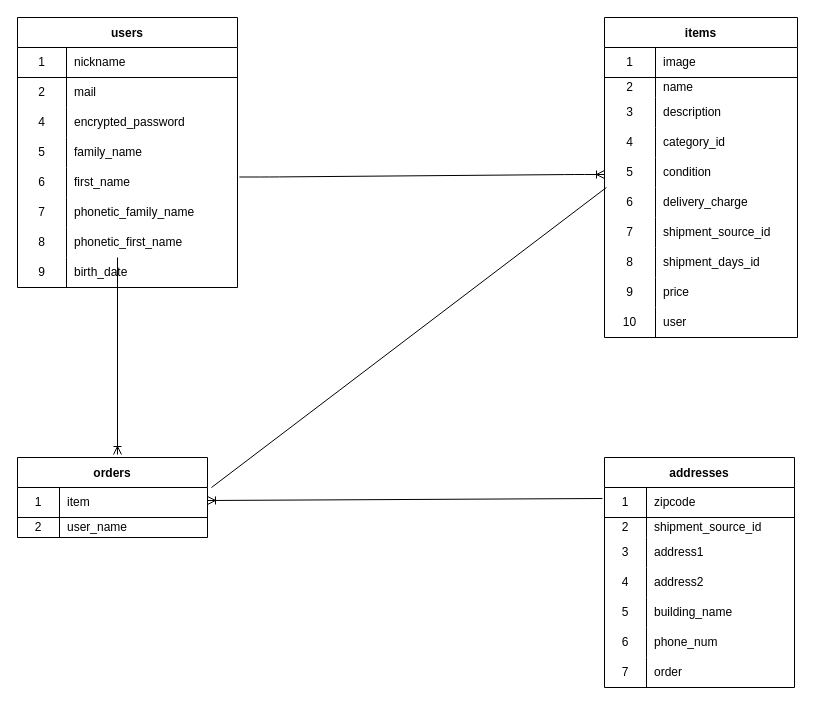
Before: er.dio in thr3eisl4nd/furima-37293, a draw.io diagram. Source tidied: cells renumbered, new cells numbered last; positions are measured from the earlier drawing's top-left corner, leaving out a move shared by most shapes. Both pictures are drawn from the tidied source at 100%, with x=0, y=0 at pixel (17, 17).
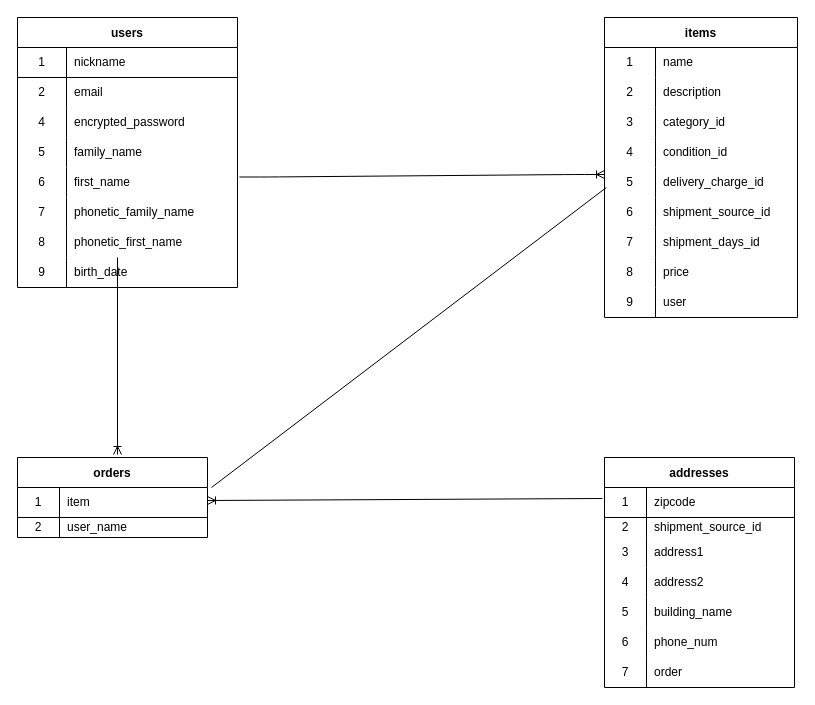
The same diagram, later.

The change refers to these unchanged cells:
```xml
<mxCell id="6" style="shape=partialRectangle;html=1;whiteSpace=wrap;fillColor=none;top=0;left=0;bottom=0;right=0;" parent="2" vertex="1">
  <mxGeometry y="60" width="220" height="30" as="geometry" />
</mxCell>
```

The edit, as a diff of the source:
```diff
@@
-    <mxCell id="8" value="mail" style="shape=partialRectangle;html=1;whiteSpace=wrap;fillColor=none;top=0;left=0;bottom=0;right=0;align=left;spacingLeft=6;overflow=hidden;" parent="6" vertex="1">
+    <mxCell id="8" value="email" style="shape=partialRectangle;html=1;whiteSpace=wrap;fillColor=none;top=0;left=0;bottom=0;right=0;align=left;spacingLeft=6;overflow=hidden;" parent="6" vertex="1">
       <mxGeometry x="49" width="171" height="30" as="geometry" />
     </mxCell>
@@
     <mxCell id="27" value="items" style="shape=table;startSize=30;childLayout=tableLayout;rowLines=0;fontStyle=1;align=center;" parent="1" vertex="1">
-      <mxGeometry x="587" width="193" height="320" as="geometry" />
+      <mxGeometry x="587" width="193" height="300" as="geometry" />
     </mxCell>
-    <mxCell id="28" style="shape=partialRectangle;html=1;whiteSpace=wrap;fillColor=none;top=0;left=0;bottom=1;right=0;" parent="27" vertex="1">
-      <mxGeometry y="30" width="193" height="30" as="geometry" />
-    </mxCell>
-    <mxCell id="29" value="1" style="shape=partialRectangle;html=1;whiteSpace=wrap;fillColor=none;top=0;left=0;bottom=0;right=0;overflow=hidden;" parent="28" vertex="1">
-      <mxGeometry width="51" height="30" as="geometry" />
-    </mxCell>
-    <mxCell id="30" value="image" style="shape=partialRectangle;html=1;whiteSpace=wrap;fillColor=none;top=0;left=0;bottom=0;right=0;align=left;spacingLeft=6;overflow=hidden;" parent="28" vertex="1">
-      <mxGeometry x="51" width="142" height="30" as="geometry" />
-    </mxCell>
     <mxCell id="31" style="shape=partialRectangle;html=1;whiteSpace=wrap;fillColor=none;top=0;left=0;bottom=0;right=0;" parent="27" vertex="1">
-      <mxGeometry y="60" width="193" height="20" as="geometry" />
+      <mxGeometry y="30" width="193" height="30" as="geometry" />
     </mxCell>
-    <mxCell id="32" value="2" style="shape=partialRectangle;html=1;whiteSpace=wrap;fillColor=none;top=0;left=0;bottom=0;right=0;overflow=hidden;" parent="31" vertex="1">
-      <mxGeometry width="51" height="20" as="geometry" />
+    <mxCell id="32" value="1" style="shape=partialRectangle;html=1;whiteSpace=wrap;fillColor=none;top=0;left=0;bottom=0;right=0;overflow=hidden;" parent="31" vertex="1">
+      <mxGeometry width="51" height="30" as="geometry" />
     </mxCell>
     <mxCell id="33" value="name" style="shape=partialRectangle;html=1;whiteSpace=wrap;fillColor=none;top=0;left=0;bottom=0;right=0;align=left;spacingLeft=6;overflow=hidden;" parent="31" vertex="1">
-      <mxGeometry x="51" width="142" height="20" as="geometry" />
+      <mxGeometry x="51" width="142" height="30" as="geometry" />
     </mxCell>
     <mxCell id="34" style="shape=partialRectangle;html=1;whiteSpace=wrap;fillColor=none;top=0;left=0;bottom=0;right=0;" parent="27" vertex="1">
-      <mxGeometry y="80" width="193" height="30" as="geometry" />
+      <mxGeometry y="60" width="193" height="30" as="geometry" />
     </mxCell>
-    <mxCell id="35" value="3" style="shape=partialRectangle;html=1;whiteSpace=wrap;fillColor=none;top=0;left=0;bottom=0;right=0;overflow=hidden;" parent="34" vertex="1">
+    <mxCell id="35" value="2" style="shape=partialRectangle;html=1;whiteSpace=wrap;fillColor=none;top=0;left=0;bottom=0;right=0;overflow=hidden;" parent="34" vertex="1">
       <mxGeometry width="51" height="30" as="geometry" />
     </mxCell>
@@
     <mxCell id="37" style="shape=partialRectangle;html=1;whiteSpace=wrap;fillColor=none;top=0;left=0;bottom=0;right=0;" parent="27" vertex="1">
-      <mxGeometry y="110" width="193" height="30" as="geometry" />
+      <mxGeometry y="90" width="193" height="30" as="geometry" />
     </mxCell>
-    <mxCell id="38" value="4" style="shape=partialRectangle;html=1;whiteSpace=wrap;fillColor=none;top=0;left=0;bottom=0;right=0;overflow=hidden;" parent="37" vertex="1">
+    <mxCell id="38" value="3" style="shape=partialRectangle;html=1;whiteSpace=wrap;fillColor=none;top=0;left=0;bottom=0;right=0;overflow=hidden;" parent="37" vertex="1">
       <mxGeometry width="51" height="30" as="geometry" />
     </mxCell>
@@
     <mxCell id="40" style="shape=partialRectangle;html=1;whiteSpace=wrap;fillColor=none;top=0;left=0;bottom=0;right=0;" parent="27" vertex="1">
-      <mxGeometry y="140" width="193" height="30" as="geometry" />
+      <mxGeometry y="120" width="193" height="30" as="geometry" />
     </mxCell>
-    <mxCell id="41" value="5" style="shape=partialRectangle;html=1;whiteSpace=wrap;fillColor=none;top=0;left=0;bottom=0;right=0;overflow=hidden;" parent="40" vertex="1">
+    <mxCell id="41" value="4" style="shape=partialRectangle;html=1;whiteSpace=wrap;fillColor=none;top=0;left=0;bottom=0;right=0;overflow=hidden;" parent="40" vertex="1">
       <mxGeometry width="51" height="30" as="geometry" />
     </mxCell>
-    <mxCell id="42" value="condition" style="shape=partialRectangle;html=1;whiteSpace=wrap;fillColor=none;top=0;left=0;bottom=0;right=0;align=left;spacingLeft=6;overflow=hidden;" parent="40" vertex="1">
+    <mxCell id="42" value="condition_id" style="shape=partialRectangle;html=1;whiteSpace=wrap;fillColor=none;top=0;left=0;bottom=0;right=0;align=left;spacingLeft=6;overflow=hidden;" parent="40" vertex="1">
       <mxGeometry x="51" width="142" height="30" as="geometry" />
     </mxCell>
     <mxCell id="43" style="shape=partialRectangle;html=1;whiteSpace=wrap;fillColor=none;top=0;left=0;bottom=0;right=0;" parent="27" vertex="1">
-      <mxGeometry y="170" width="193" height="30" as="geometry" />
+      <mxGeometry y="150" width="193" height="30" as="geometry" />
     </mxCell>
-    <mxCell id="44" value="6" style="shape=partialRectangle;html=1;whiteSpace=wrap;fillColor=none;top=0;left=0;bottom=0;right=0;overflow=hidden;" parent="43" vertex="1">
+    <mxCell id="44" value="5" style="shape=partialRectangle;html=1;whiteSpace=wrap;fillColor=none;top=0;left=0;bottom=0;right=0;overflow=hidden;" parent="43" vertex="1">
       <mxGeometry width="51" height="30" as="geometry" />
     </mxCell>
-    <mxCell id="45" value="delivery_charge" style="shape=partialRectangle;html=1;whiteSpace=wrap;fillColor=none;top=0;left=0;bottom=0;right=0;align=left;spacingLeft=6;overflow=hidden;" parent="43" vertex="1">
+    <mxCell id="45" value="delivery_charge_id" style="shape=partialRectangle;html=1;whiteSpace=wrap;fillColor=none;top=0;left=0;bottom=0;right=0;align=left;spacingLeft=6;overflow=hidden;" parent="43" vertex="1">
       <mxGeometry x="51" width="142" height="30" as="geometry" />
     </mxCell>
     <mxCell id="46" style="shape=partialRectangle;html=1;whiteSpace=wrap;fillColor=none;top=0;left=0;bottom=0;right=0;" parent="27" vertex="1">
-      <mxGeometry y="200" width="193" height="30" as="geometry" />
+      <mxGeometry y="180" width="193" height="30" as="geometry" />
     </mxCell>
-    <mxCell id="47" value="7" style="shape=partialRectangle;html=1;whiteSpace=wrap;fillColor=none;top=0;left=0;bottom=0;right=0;overflow=hidden;" parent="46" vertex="1">
+    <mxCell id="47" value="6" style="shape=partialRectangle;html=1;whiteSpace=wrap;fillColor=none;top=0;left=0;bottom=0;right=0;overflow=hidden;" parent="46" vertex="1">
       <mxGeometry width="51" height="30" as="geometry" />
     </mxCell>
@@
     <mxCell id="49" style="shape=partialRectangle;html=1;whiteSpace=wrap;fillColor=none;top=0;left=0;bottom=0;right=0;" parent="27" vertex="1">
-      <mxGeometry y="230" width="193" height="30" as="geometry" />
+      <mxGeometry y="210" width="193" height="30" as="geometry" />
     </mxCell>
-    <mxCell id="50" value="8" style="shape=partialRectangle;html=1;whiteSpace=wrap;fillColor=none;top=0;left=0;bottom=0;right=0;overflow=hidden;" parent="49" vertex="1">
+    <mxCell id="50" value="7" style="shape=partialRectangle;html=1;whiteSpace=wrap;fillColor=none;top=0;left=0;bottom=0;right=0;overflow=hidden;" parent="49" vertex="1">
       <mxGeometry width="51" height="30" as="geometry" />
     </mxCell>
@@
     <mxCell id="52" style="shape=partialRectangle;html=1;whiteSpace=wrap;fillColor=none;top=0;left=0;bottom=0;right=0;" parent="27" vertex="1">
-      <mxGeometry y="260" width="193" height="30" as="geometry" />
+      <mxGeometry y="240" width="193" height="30" as="geometry" />
     </mxCell>
-    <mxCell id="53" value="9" style="shape=partialRectangle;html=1;whiteSpace=wrap;fillColor=none;top=0;left=0;bottom=0;right=0;overflow=hidden;" parent="52" vertex="1">
+    <mxCell id="53" value="8" style="shape=partialRectangle;html=1;whiteSpace=wrap;fillColor=none;top=0;left=0;bottom=0;right=0;overflow=hidden;" parent="52" vertex="1">
       <mxGeometry width="51" height="30" as="geometry" />
     </mxCell>
@@
     <mxCell id="55" style="shape=partialRectangle;html=1;whiteSpace=wrap;fillColor=none;top=0;left=0;bottom=0;right=0;" parent="27" vertex="1">
-      <mxGeometry y="290" width="193" height="30" as="geometry" />
+      <mxGeometry y="270" width="193" height="30" as="geometry" />
     </mxCell>
-    <mxCell id="56" value="10" style="shape=partialRectangle;html=1;whiteSpace=wrap;fillColor=none;top=0;left=0;bottom=0;right=0;overflow=hidden;" parent="55" vertex="1">
+    <mxCell id="56" value="9" style="shape=partialRectangle;html=1;whiteSpace=wrap;fillColor=none;top=0;left=0;bottom=0;right=0;overflow=hidden;" parent="55" vertex="1">
       <mxGeometry width="51" height="30" as="geometry" />
     </mxCell>
```
